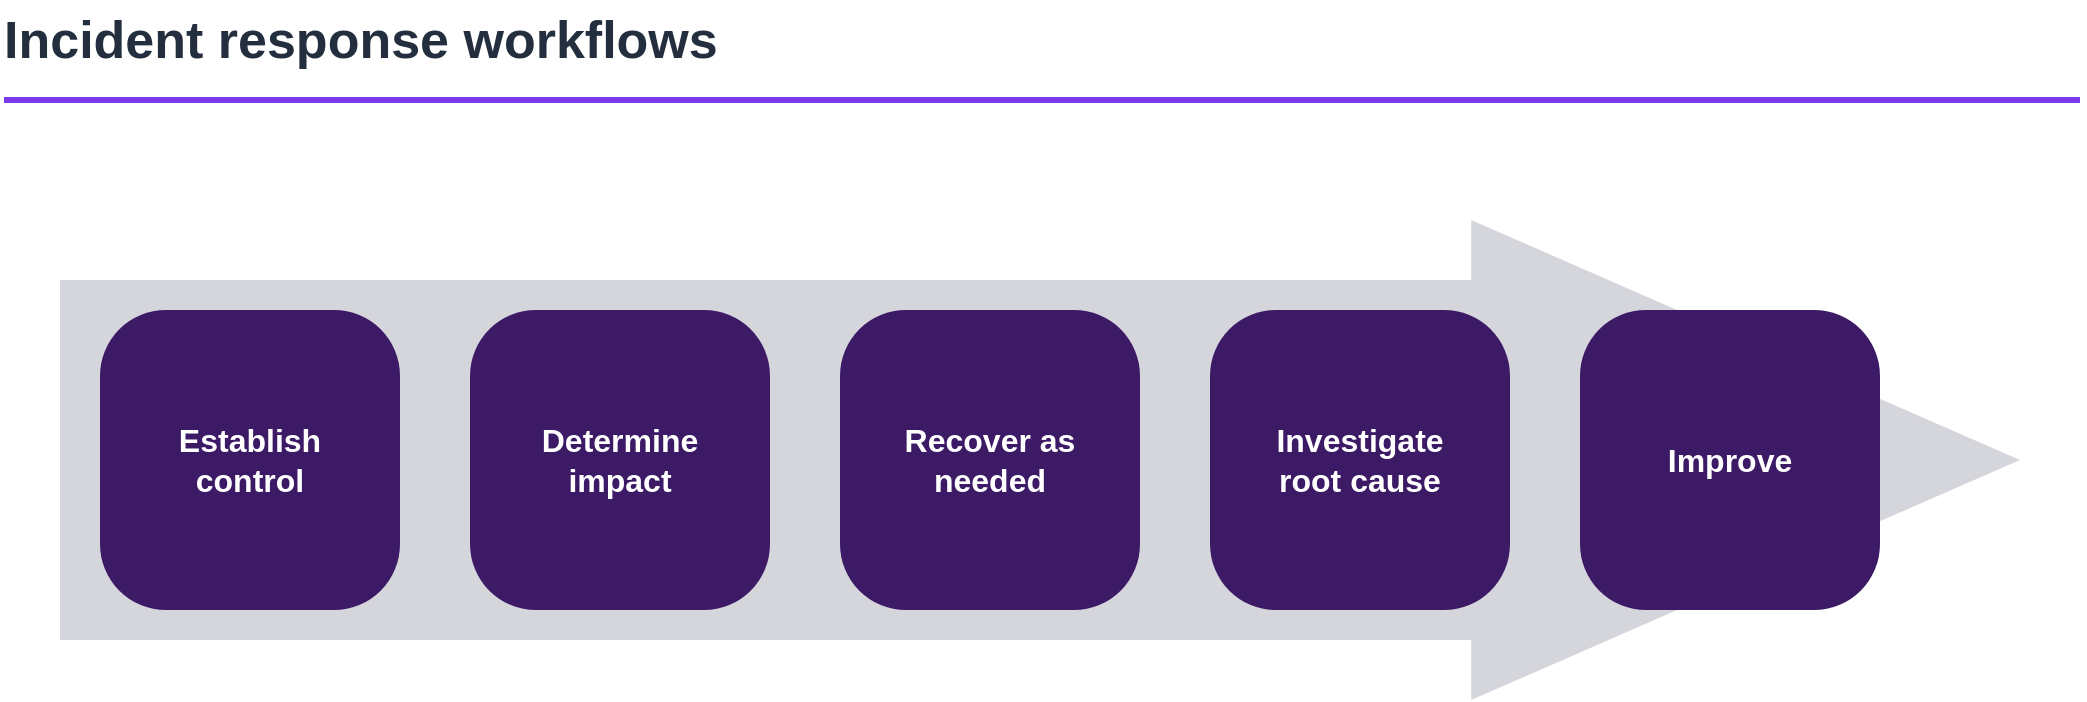
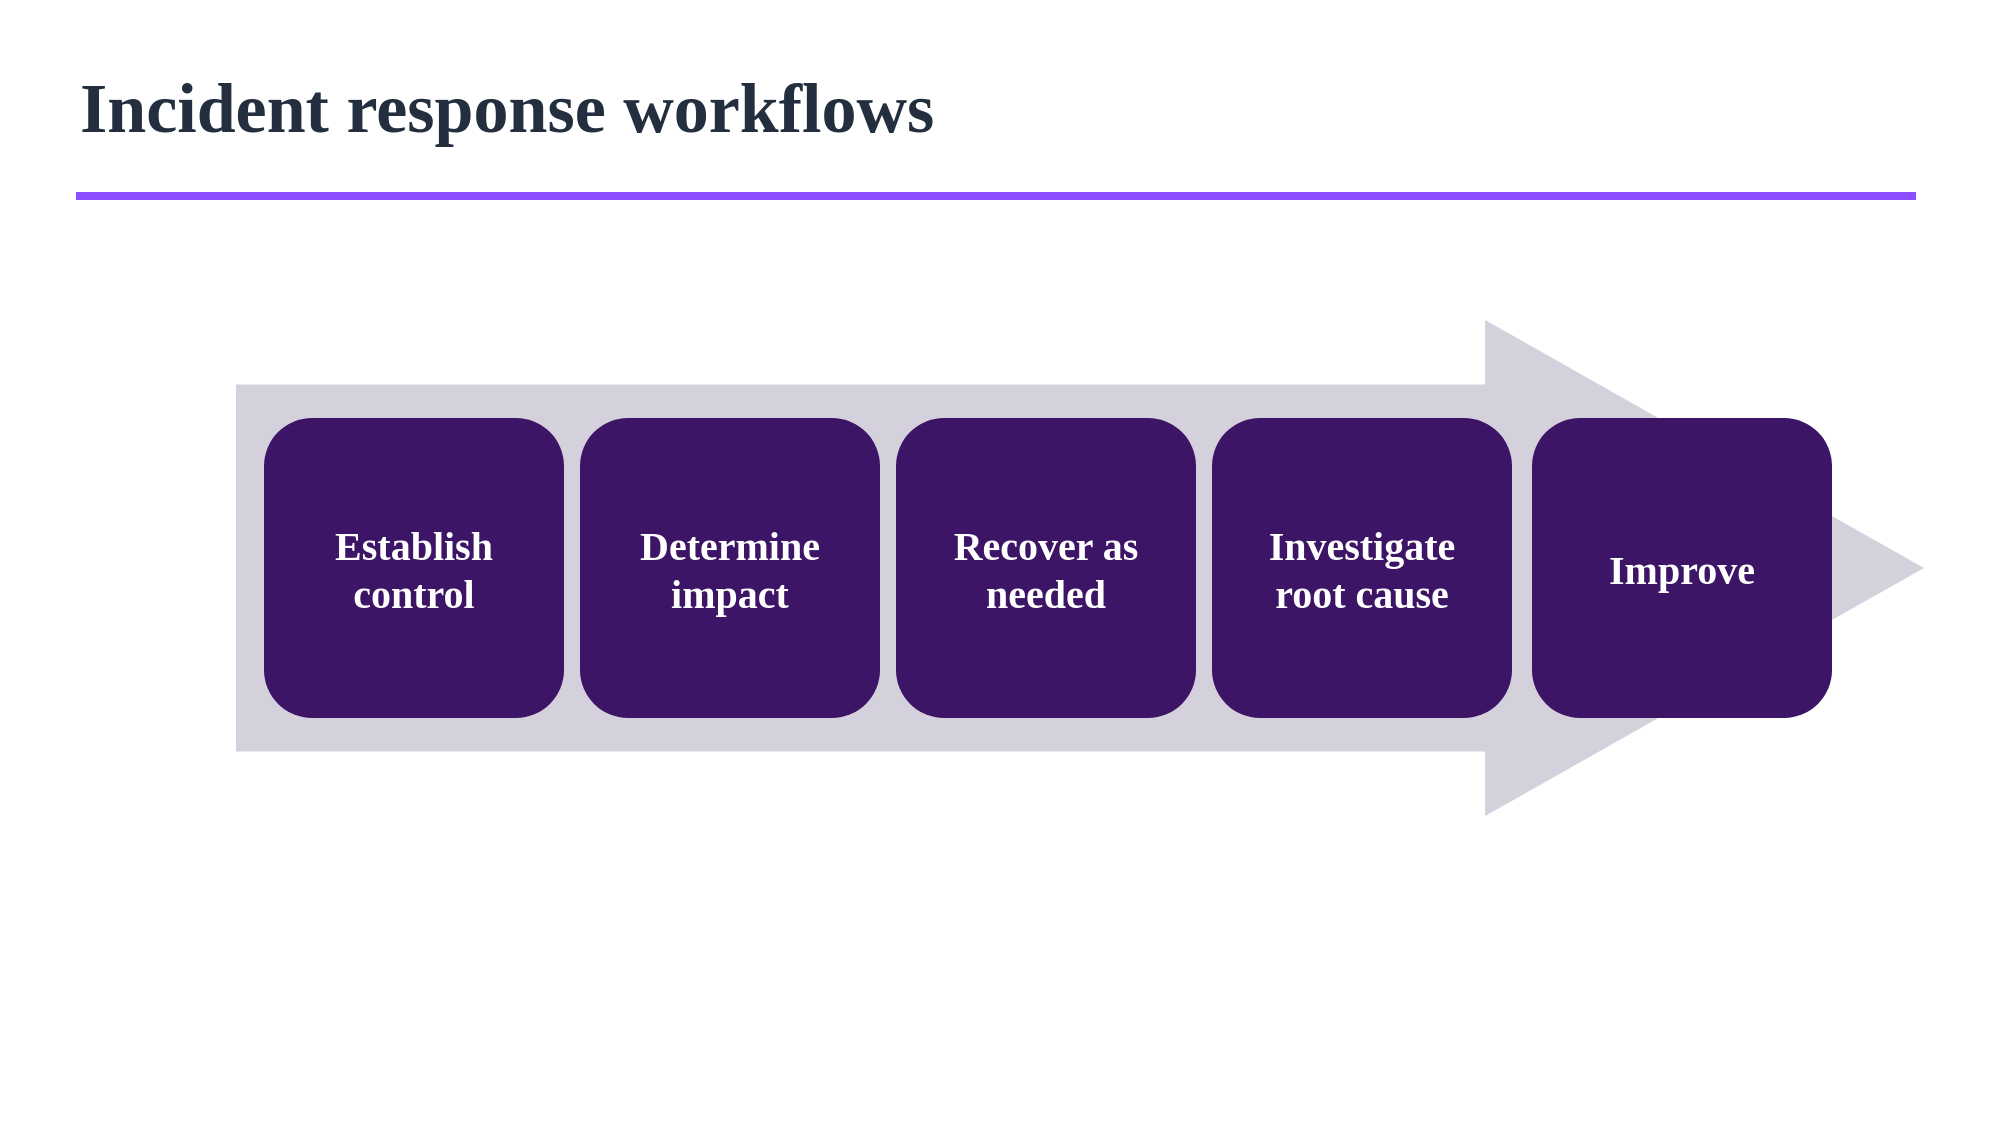
<mxfile host="app.diagrams.net">
-   <diagram id="m08-ir-workflow" name="Incident response workflow">
-     <mxGraphModel dx="1000" dy="520" grid="0" gridSize="10" guides="1" tooltips="1" connect="1" arrows="1" fold="1" page="1" pageScale="1" pageWidth="1100" pageHeight="420" math="0" shadow="0">
+   <diagram id="d" name="diagram">
+     <mxGraphModel dx="1000" dy="700" grid="0" guides="1" tooltips="1" connect="1" arrows="1" fold="1" page="1" pageScale="1" pageWidth="1000" pageHeight="562" math="0" shadow="0">
      <root>
-         <mxCell id="0" />
-         <mxCell id="1" parent="0" />
- 
-         <!-- Title -->
-         <mxCell id="title" value="Incident response workflows" style="text;html=1;align=left;verticalAlign=middle;fontColor=#232F3E;fontSize=26;fontStyle=1;" vertex="1" parent="1">
-           <mxGeometry x="30" y="20" width="700" height="40" as="geometry" />
-         </mxCell>
-         <mxCell id="rule" value="" style="endArrow=none;html=1;strokeColor=#7C3AED;strokeWidth=3;" edge="1" parent="1">
-           <mxGeometry relative="1" as="geometry">
-             <mxPoint x="32" y="70" as="sourcePoint" />
-             <mxPoint x="1070" y="70" as="targetPoint" />
-           </mxGeometry>
-         </mxCell>
- 
-         <!-- Big grey right-pointing arrow (background) -->
-         <mxCell id="bigarrow" value="" style="shape=singleArrow;whiteSpace=wrap;html=1;fillColor=#D5D5DC;strokeColor=none;arrowWidth=0.75;arrowSize=0.28;direction=east;" vertex="1" parent="1">
-           <mxGeometry x="60" y="130" width="980" height="240" as="geometry" />
-         </mxCell>
- 
-         <!-- 5 purple step boxes -->
-         <mxCell id="s1" value="Establish&lt;br&gt;control" style="rounded=1;arcSize=22;whiteSpace=wrap;html=1;fillColor=#3D1A66;strokeColor=none;fontColor=#FFFFFF;fontSize=16;fontStyle=1;" vertex="1" parent="1">
-           <mxGeometry x="80" y="175" width="150" height="150" as="geometry" />
-         </mxCell>
-         <mxCell id="s2" value="Determine&lt;br&gt;impact" style="rounded=1;arcSize=22;whiteSpace=wrap;html=1;fillColor=#3D1A66;strokeColor=none;fontColor=#FFFFFF;fontSize=16;fontStyle=1;" vertex="1" parent="1">
-           <mxGeometry x="265" y="175" width="150" height="150" as="geometry" />
-         </mxCell>
-         <mxCell id="s3" value="Recover as&lt;br&gt;needed" style="rounded=1;arcSize=22;whiteSpace=wrap;html=1;fillColor=#3D1A66;strokeColor=none;fontColor=#FFFFFF;fontSize=16;fontStyle=1;" vertex="1" parent="1">
-           <mxGeometry x="450" y="175" width="150" height="150" as="geometry" />
-         </mxCell>
-         <mxCell id="s4" value="Investigate&lt;br&gt;root cause" style="rounded=1;arcSize=22;whiteSpace=wrap;html=1;fillColor=#3D1A66;strokeColor=none;fontColor=#FFFFFF;fontSize=16;fontStyle=1;" vertex="1" parent="1">
-           <mxGeometry x="635" y="175" width="150" height="150" as="geometry" />
-         </mxCell>
-         <mxCell id="s5" value="Improve" style="rounded=1;arcSize=22;whiteSpace=wrap;html=1;fillColor=#3D1A66;strokeColor=none;fontColor=#FFFFFF;fontSize=16;fontStyle=1;" vertex="1" parent="1">
-           <mxGeometry x="820" y="175" width="150" height="150" as="geometry" />
-         </mxCell>
+         <mxCell id="0"/>
+         <mxCell id="1" parent="0"/>
+         <mxCell id="bg" value="" style="rounded=0;whiteSpace=wrap;html=1;fillColor=#FFFFFF;strokeColor=none;" vertex="1" parent="1"><mxGeometry x="0" y="0" width="1000" height="562" as="geometry"/></mxCell>
+         <mxCell id="t1" value="Incident response workflows" style="text;html=1;align=left;verticalAlign=middle;fontSize=35;fontFamily=Amazon Ember;fontColor=#232F3E;fontStyle=1;" vertex="1" parent="1"><mxGeometry x="38" y="30" width="760" height="48" as="geometry"/></mxCell>
+         <mxCell id="rule" value="" style="rounded=0;html=1;fillColor=#8C4FFF;strokeColor=none;" vertex="1" parent="1"><mxGeometry x="38" y="96" width="920" height="4" as="geometry"/></mxCell>
+         <mxCell id="arrow" value="" style="shape=singleArrow;direction=east;arrowWidth=0.74;arrowSize=0.26;html=1;fillColor=#D4D1DC;strokeColor=none;" vertex="1" parent="1"><mxGeometry x="118" y="160" width="844" height="248" as="geometry"/></mxCell>
+         <mxCell id="s0" value="Establish&#10;control" style="rounded=1;arcSize=16;html=1;fillColor=#3D1566;strokeColor=none;fontColor=#FFFFFF;fontStyle=1;fontSize=20;fontFamily=Amazon Ember;align=center;verticalAlign=middle;whiteSpace=wrap;" vertex="1" parent="1"><mxGeometry x="132" y="209" width="150" height="150" as="geometry"/></mxCell>
+         <mxCell id="s1" value="Determine&#10;impact" style="rounded=1;arcSize=16;html=1;fillColor=#3D1566;strokeColor=none;fontColor=#FFFFFF;fontStyle=1;fontSize=20;fontFamily=Amazon Ember;align=center;verticalAlign=middle;whiteSpace=wrap;" vertex="1" parent="1"><mxGeometry x="290" y="209" width="150" height="150" as="geometry"/></mxCell>
+         <mxCell id="s2" value="Recover as&#10;needed" style="rounded=1;arcSize=16;html=1;fillColor=#3D1566;strokeColor=none;fontColor=#FFFFFF;fontStyle=1;fontSize=20;fontFamily=Amazon Ember;align=center;verticalAlign=middle;whiteSpace=wrap;" vertex="1" parent="1"><mxGeometry x="448" y="209" width="150" height="150" as="geometry"/></mxCell>
+         <mxCell id="s3" value="Investigate&#10;root cause" style="rounded=1;arcSize=16;html=1;fillColor=#3D1566;strokeColor=none;fontColor=#FFFFFF;fontStyle=1;fontSize=20;fontFamily=Amazon Ember;align=center;verticalAlign=middle;whiteSpace=wrap;" vertex="1" parent="1"><mxGeometry x="606" y="209" width="150" height="150" as="geometry"/></mxCell>
+         <mxCell id="s4" value="Improve" style="rounded=1;arcSize=16;html=1;fillColor=#3D1566;strokeColor=none;fontColor=#FFFFFF;fontStyle=1;fontSize=20;fontFamily=Amazon Ember;align=center;verticalAlign=middle;whiteSpace=wrap;" vertex="1" parent="1"><mxGeometry x="766" y="209" width="150" height="150" as="geometry"/></mxCell>
      </root>
    </mxGraphModel>
  </diagram>
</mxfile>
